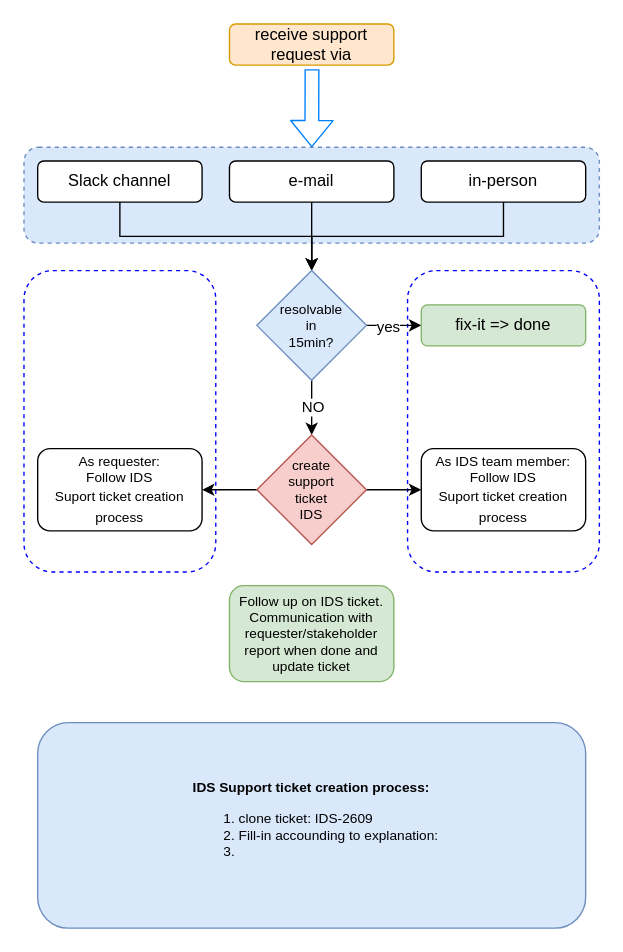
Before: support-flow-ids.drawio in Vortex-ict/test-repo, a draw.io diagram. Source tidied: cells renumbered, new cells numbered last; positions are measured from the earlier drawing's top-left corner, leaving out a move shared by most shapes. Both pictures are drawn from the tidied source at 137%, with x=0, y=0 at pixel (23, 23).
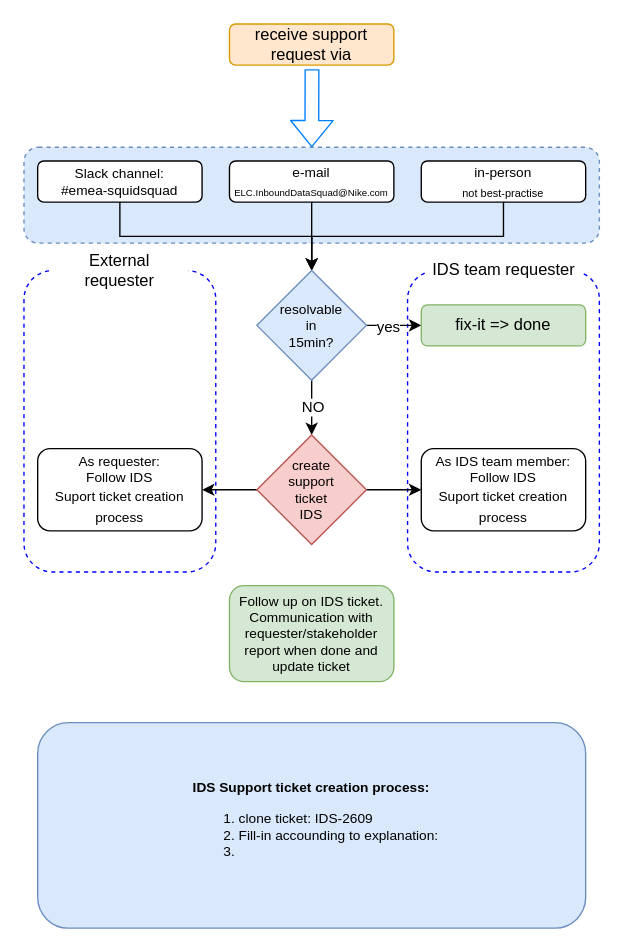
Above is the later version.

Diff of the diagram source:
```diff
@@
-    <mxCell id="7" value="e-mail" style="rounded=1;whiteSpace=wrap;html=1;" parent="1" vertex="1">
+    <mxCell id="7" value="&lt;div style=&quot;font-size: 11px&quot;&gt;&lt;font style=&quot;font-size: 10px&quot;&gt;e-mail&lt;/font&gt;&lt;/div&gt;&lt;font style=&quot;font-size: 11px&quot;&gt;&lt;font style=&quot;font-size: 7px&quot;&gt;ELC.InboundDataSquad@Nike.com&lt;/font&gt;&lt;br&gt;&lt;/font&gt;" style="rounded=1;whiteSpace=wrap;html=1;" parent="1" vertex="1">
       <mxGeometry x="150" y="100" width="120" height="30" as="geometry" />
     </mxCell>
@@
-    <mxCell id="9" value="in-person" style="rounded=1;whiteSpace=wrap;html=1;" parent="1" vertex="1">
+    <mxCell id="9" value="&lt;div&gt;&lt;font style=&quot;font-size: 10px&quot;&gt;in-person&lt;/font&gt;&lt;/div&gt;&lt;font style=&quot;font-size: 8px&quot;&gt;not best-practise&lt;/font&gt;" style="rounded=1;whiteSpace=wrap;html=1;" parent="1" vertex="1">
       <mxGeometry x="290" y="100" width="120" height="30" as="geometry" />
     </mxCell>
@@
-    <mxCell id="11" value="Slack channel" style="rounded=1;whiteSpace=wrap;html=1;" parent="1" vertex="1">
+    <mxCell id="11" value="&lt;div style=&quot;font-size: 10px&quot;&gt;&lt;font style=&quot;font-size: 10px&quot;&gt;Slack channel:&lt;/font&gt;&lt;/div&gt;&lt;div style=&quot;font-size: 10px&quot;&gt;&lt;font style=&quot;font-size: 10px&quot;&gt;#emea-squidsquad&lt;br&gt;&lt;/font&gt;&lt;/div&gt;" style="rounded=1;whiteSpace=wrap;html=1;" parent="1" vertex="1">
       <mxGeometry x="10" y="100" width="120" height="30" as="geometry" />
     </mxCell>
@@
+    <mxCell id="26" value="External requester" style="text;html=1;strokeColor=none;align=center;verticalAlign=middle;whiteSpace=wrap;rounded=0;fillColor=#ffffff;" parent="1" vertex="1">
+      <mxGeometry x="20" y="170" width="100" height="20" as="geometry" />
+    </mxCell>
+    <mxCell id="27" value="IDS team requester" style="text;html=1;strokeColor=none;align=center;verticalAlign=middle;whiteSpace=wrap;rounded=0;fillColor=#ffffff;" parent="1" vertex="1">
+      <mxGeometry x="293" y="170" width="115" height="20" as="geometry" />
+    </mxCell>
```
